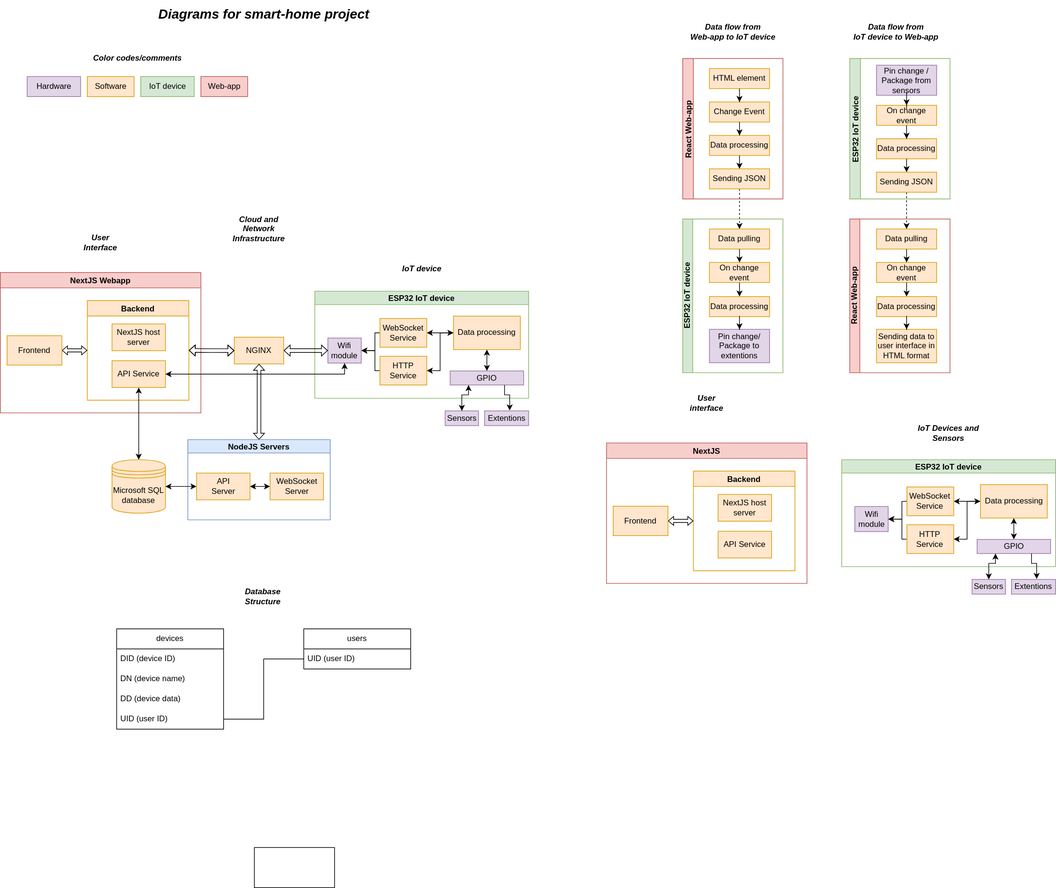
This is doc/DIAGRAMS.svg from martinvichnal/smart-home, a draw.io export, as it was before one commit. Source tidied: cells renumbered, new cells last; positions are measured from the earlier drawing's top-left corner, leaving out a move shared by most shapes.
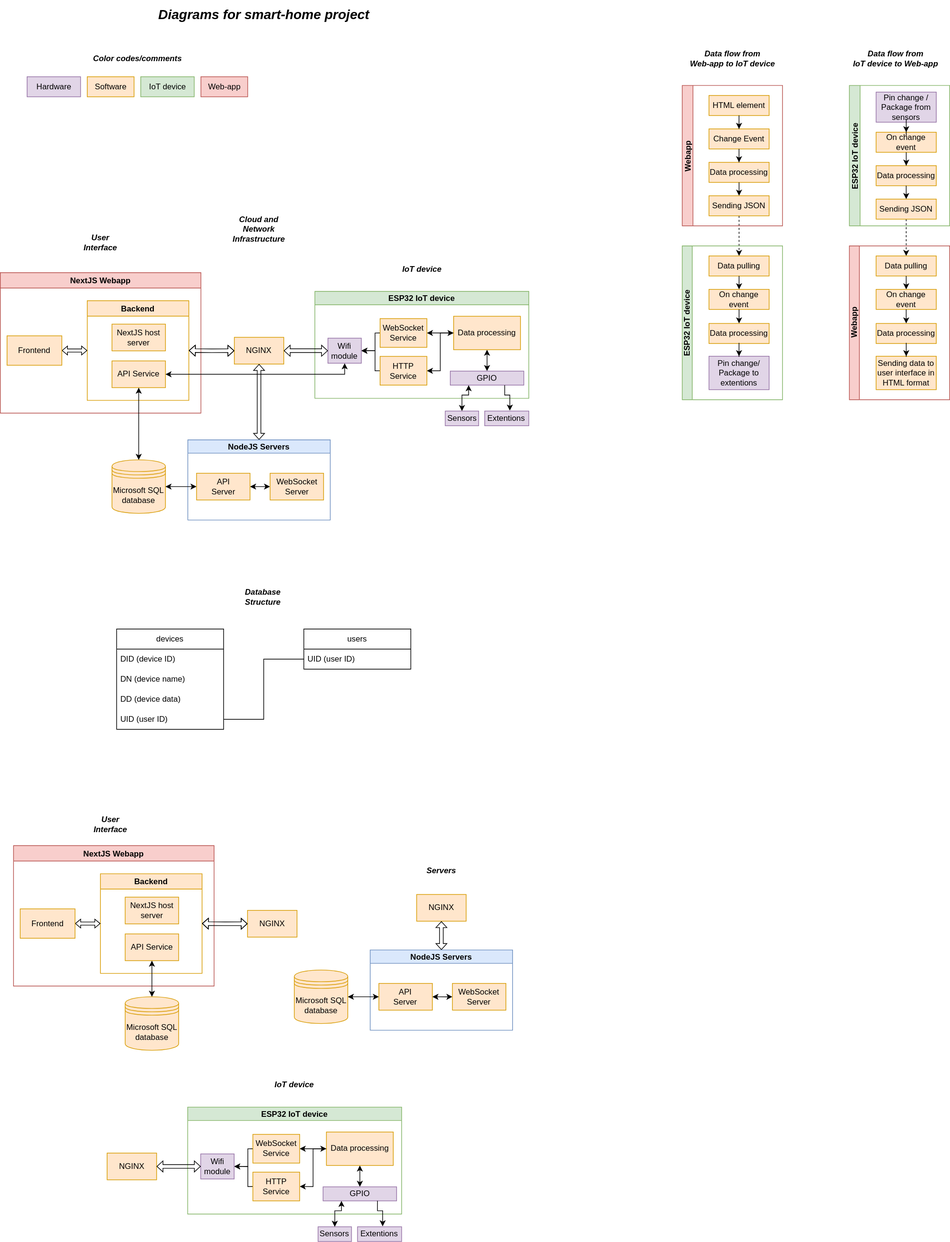
Above is the later version.

What changed in the source:
```diff
@@ -2,9 +2,6 @@
   <root>
     <mxCell id="0" />
     <mxCell id="1" parent="0" />
-    <mxCell id="2" value="&lt;b&gt;&lt;i&gt;User interface&lt;br&gt;&lt;/i&gt;&lt;/b&gt;" style="text;html=1;strokeColor=none;fillColor=none;align=center;verticalAlign=middle;whiteSpace=wrap;rounded=0;" parent="1" vertex="1">
-      <mxGeometry x="1017" y="587" width="80" height="30" as="geometry" />
-    </mxCell>
     <mxCell id="3" value="Hardware" style="text;html=1;align=center;verticalAlign=middle;strokeColor=#9673a6;fillColor=#e1d5e7;" parent="1" vertex="1">
       <mxGeometry x="40" y="114" width="80" height="30" as="geometry" />
     </mxCell>
@@ -29,20 +26,17 @@
     <mxCell id="10" value="&lt;i&gt;&lt;b&gt;Cloud and Network Infrastructure&lt;/b&gt;&lt;/i&gt;" style="text;html=1;strokeColor=none;fillColor=none;align=center;verticalAlign=middle;whiteSpace=wrap;rounded=0;" parent="1" vertex="1">
       <mxGeometry x="332" y="327" width="110" height="30" as="geometry" />
     </mxCell>
-    <mxCell id="11" value="&lt;b&gt;&lt;i&gt;IoT Devices and Sensors&lt;/i&gt;&lt;/b&gt;" style="text;html=1;strokeColor=none;fillColor=none;align=center;verticalAlign=middle;whiteSpace=wrap;rounded=0;" parent="1" vertex="1">
-      <mxGeometry x="1359" y="627" width="120" height="40" as="geometry" />
-    </mxCell>
     <mxCell id="12" style="edgeStyle=orthogonalEdgeStyle;rounded=0;jettySize=auto;html=1;exitX=0.5;exitY=1;exitDx=0;exitDy=0;entryX=0.5;entryY=0;entryDx=0;entryDy=0;dashed=1;" parent="1" edge="1" source="29" target="16">
       <mxGeometry relative="1" as="geometry" />
     </mxCell>
     <mxCell id="13" value="Data flow from &lt;br&gt;Web-app to IoT device" style="text;html=1;align=center;verticalAlign=middle;strokeColor=none;fillColor=none;fontStyle=3;" parent="1" vertex="1">
-      <mxGeometry x="1021" y="27" width="150" height="40" as="geometry" />
+      <mxGeometry x="1020" y="67" width="150" height="40" as="geometry" />
     </mxCell>
     <mxCell id="14" value="Data flow from &lt;br&gt;IoT device to Web-app" style="text;html=1;align=center;verticalAlign=middle;fontStyle=3;" parent="1" vertex="1">
-      <mxGeometry x="1265" y="27" width="150" height="40" as="geometry" />
+      <mxGeometry x="1264" y="67" width="150" height="40" as="geometry" />
     </mxCell>
     <mxCell id="15" value="ESP32 IoT device" style="swimlane;startSize=15;horizontal=1;containerType=tree;fillColor=#d5e8d4;strokeColor=#82b366;rounded=0;shadow=0;glass=0;swimlaneLine=1;fillStyle=auto;direction=east;flipH=1;flipV=0;whiteSpace=wrap;labelBorderColor=none;labelBackgroundColor=none;verticalAlign=middle;rotation=-90;" parent="1" vertex="1">
-      <mxGeometry x="981" y="367" width="230" height="150" as="geometry" />
+      <mxGeometry x="980" y="407" width="230" height="150" as="geometry" />
     </mxCell>
     <mxCell id="16" value="Data pulling" style="whiteSpace=wrap;html=1;fillColor=#ffe6cc;strokeColor=#d79b00;" parent="15" vertex="1">
       <mxGeometry x="80" y="-25" width="90" height="30" as="geometry" />
@@ -65,8 +59,8 @@
     <mxCell id="22" style="edgeStyle=orthogonalEdgeStyle;rounded=0;jettySize=auto;html=1;" parent="15" edge="1" source="19" target="21">
       <mxGeometry relative="1" as="geometry" />
     </mxCell>
-    <mxCell id="23" value="React Web-app" style="swimlane;fillColor=#f8cecc;strokeColor=#b85450;rotation=-90;startSize=16;" parent="1" vertex="1">
-      <mxGeometry x="991" y="117" width="210" height="150" as="geometry" />
+    <mxCell id="23" value="Webapp" style="swimlane;fillColor=#f8cecc;strokeColor=#b85450;rotation=-90;startSize=16;" parent="1" vertex="1">
+      <mxGeometry x="990" y="157" width="210" height="150" as="geometry" />
     </mxCell>
     <mxCell id="24" value="HTML element" style="whiteSpace=wrap;html=1;fillColor=#ffe6cc;strokeColor=#d79b00;" parent="23" vertex="1">
       <mxGeometry x="70" y="-15" width="90" height="30" as="geometry" />
@@ -92,8 +86,8 @@
     <mxCell id="31" style="edgeStyle=orthogonalEdgeStyle;rounded=0;jettySize=auto;html=1;exitX=0.5;exitY=1;exitDx=0;exitDy=0;entryX=0.5;entryY=0;entryDx=0;entryDy=0;dashed=1;" parent="1" edge="1" source="46" target="33">
       <mxGeometry relative="1" as="geometry" />
     </mxCell>
-    <mxCell id="32" value="React Web-app" style="swimlane;startSize=15;horizontal=1;containerType=tree;fillColor=#f8cecc;strokeColor=#b85450;rounded=0;shadow=0;glass=0;swimlaneLine=1;fillStyle=auto;direction=east;flipH=1;flipV=0;whiteSpace=wrap;labelBorderColor=none;labelBackgroundColor=none;verticalAlign=middle;rotation=-90;" parent="1" vertex="1">
-      <mxGeometry x="1231" y="367" width="230" height="150" as="geometry" />
+    <mxCell id="32" value="Webapp" style="swimlane;startSize=15;horizontal=1;containerType=tree;fillColor=#f8cecc;strokeColor=#b85450;rounded=0;shadow=0;glass=0;swimlaneLine=1;fillStyle=auto;direction=east;flipH=1;flipV=0;whiteSpace=wrap;labelBorderColor=none;labelBackgroundColor=none;verticalAlign=middle;rotation=-90;" parent="1" vertex="1">
+      <mxGeometry x="1230" y="407" width="230" height="150" as="geometry" />
     </mxCell>
     <mxCell id="33" value="Data pulling" style="whiteSpace=wrap;html=1;fillColor=#ffe6cc;strokeColor=#d79b00;" parent="32" vertex="1">
       <mxGeometry x="80" y="-25" width="90" height="30" as="geometry" />
@@ -117,7 +111,7 @@
       <mxGeometry relative="1" as="geometry" />
     </mxCell>
     <mxCell id="40" value="ESP32 IoT device" style="swimlane;fillColor=#d5e8d4;strokeColor=#82b366;rotation=-90;startSize=16;" parent="1" vertex="1">
-      <mxGeometry x="1241" y="117" width="210" height="150" as="geometry" />
+      <mxGeometry x="1240" y="157" width="210" height="150" as="geometry" />
     </mxCell>
     <mxCell id="41" value="Pin change / Package from sensors" style="whiteSpace=wrap;html=1;fillColor=#e1d5e7;strokeColor=#9673a6;" parent="40" vertex="1">
       <mxGeometry x="70" y="-20" width="90" height="45" as="geometry" />
@@ -298,8 +292,47 @@
     <mxCell id="90" value="&lt;b&gt;&lt;i&gt;Database Structure&lt;/i&gt;&lt;/b&gt;" style="text;html=1;strokeColor=none;fillColor=none;align=center;verticalAlign=middle;whiteSpace=wrap;rounded=0;" parent="1" vertex="1">
       <mxGeometry x="338" y="877" width="110" height="30" as="geometry" />
     </mxCell>
+    <mxCell id="113" value="&lt;i&gt;&lt;b&gt;User Interface&lt;br&gt;&lt;/b&gt;&lt;/i&gt;" style="text;html=1;strokeColor=none;fillColor=none;align=center;verticalAlign=middle;whiteSpace=wrap;rounded=0;" parent="1" vertex="1">
+      <mxGeometry x="124.8" y="1217" width="80" height="30" as="geometry" />
+    </mxCell>
+    <mxCell id="114" value="Microsoft SQL database" style="shape=datastore;whiteSpace=wrap;html=1;fillColor=#ffe6cc;strokeColor=#d79b00;" parent="1" vertex="1">
+      <mxGeometry x="186.8" y="1490" width="80" height="80" as="geometry" />
+    </mxCell>
+    <mxCell id="115" value="NGINX" style="whiteSpace=wrap;html=1;fillColor=#ffe6cc;strokeColor=#d79b00;" parent="1" vertex="1">
+      <mxGeometry x="369.8" y="1360.8" width="74" height="40" as="geometry" />
+    </mxCell>
+    <mxCell id="116" value="NextJS Webapp" style="swimlane;fillColor=#f8cecc;strokeColor=#b85450;" parent="1" vertex="1">
+      <mxGeometry x="19.8" y="1264" width="300" height="210" as="geometry" />
+    </mxCell>
+    <mxCell id="107" value="Backend" style="swimlane;fillColor=#ffe6cc;strokeColor=#d79b00;" parent="116" vertex="1">
+      <mxGeometry x="130" y="42" width="152" height="149" as="geometry" />
+    </mxCell>
+    <mxCell id="108" value="NextJS host server" style="whiteSpace=wrap;html=1;fillColor=#ffe6cc;strokeColor=#d79b00;" parent="107" vertex="1">
+      <mxGeometry x="37" y="35" width="80" height="40" as="geometry" />
+    </mxCell>
+    <mxCell id="109" value="API Service" style="whiteSpace=wrap;html=1;fillColor=#ffe6cc;strokeColor=#d79b00;" parent="107" vertex="1">
+      <mxGeometry x="37" y="90" width="80" height="40" as="geometry" />
+    </mxCell>
+    <mxCell id="110" style="edgeStyle=orthogonalEdgeStyle;rounded=0;jettySize=auto;html=1;exitX=1;exitY=0.5;exitDx=0;exitDy=0;entryX=0;entryY=0.5;entryDx=0;entryDy=0;startArrow=classic;startFill=1;shape=flexArrow;endWidth=7.540983606557377;endSize=2.3114754098360657;startWidth=7.540983606557377;startSize=2.3114754098360657;width=4.680851063829787;" parent="116" edge="1" source="111" target="107">
+      <mxGeometry relative="1" as="geometry" />
+    </mxCell>
+    <mxCell id="111" value="Frontend" style="whiteSpace=wrap;html=1;fillColor=#ffe6cc;strokeColor=#d79b00;" parent="116" vertex="1">
+      <mxGeometry x="10" y="94.5" width="82" height="44" as="geometry" />
+    </mxCell>
+    <mxCell id="117" style="edgeStyle=orthogonalEdgeStyle;rounded=0;jettySize=auto;html=1;exitX=0.5;exitY=1;exitDx=0;exitDy=0;entryX=0.5;entryY=0;entryDx=0;entryDy=0;startArrow=classic;startFill=1;" parent="1" edge="1" source="109" target="114">
+      <mxGeometry relative="1" as="geometry" />
+    </mxCell>
+    <mxCell id="118" style="edgeStyle=orthogonalEdgeStyle;rounded=0;jettySize=auto;html=1;entryX=1;entryY=0.5;entryDx=0;entryDy=0;startArrow=classic;startFill=1;shape=flexArrow;startWidth=9.908256880733944;startSize=2.6825688073394494;width=5.504587155963303;endSize=2.6825688073394494;endWidth=9.908256880733944;exitX=0;exitY=0.5;exitDx=0;exitDy=0;" parent="1" edge="1" source="115" target="107">
+      <mxGeometry relative="1" as="geometry" />
+    </mxCell>
+    <mxCell id="119" value="&lt;i&gt;&lt;b&gt;IoT device&lt;/b&gt;&lt;/i&gt;" style="text;html=1;strokeColor=none;fillColor=none;align=center;verticalAlign=middle;whiteSpace=wrap;rounded=0;" parent="1" vertex="1">
+      <mxGeometry x="380.2" y="1607" width="120" height="30" as="geometry" />
+    </mxCell>
+    <mxCell id="120" value="NGINX" style="whiteSpace=wrap;html=1;fillColor=#ffe6cc;strokeColor=#d79b00;" parent="1" vertex="1">
+      <mxGeometry x="159.8" y="1723.8" width="74" height="40" as="geometry" />
+    </mxCell>
     <mxCell id="91" value="ESP32 IoT device" style="swimlane;startSize=20;horizontal=1;containerType=tree;fillColor=#d5e8d4;strokeColor=#82b366;rounded=0;shadow=0;glass=0;swimlaneLine=1;fillStyle=auto;" parent="1" vertex="1">
-      <mxGeometry x="1259" y="687" width="320" height="160" as="geometry" />
+      <mxGeometry x="280.2" y="1655" width="320" height="160" as="geometry" />
     </mxCell>
     <mxCell id="92" style="edgeStyle=orthogonalEdgeStyle;rounded=0;jettySize=auto;html=1;entryX=1;entryY=0.5;entryDx=0;entryDy=0;" parent="91" edge="1" source="94" target="100">
       <mxGeometry relative="1" as="geometry" />
@@ -347,47 +380,56 @@
       <mxGeometry x="19.5" y="70" width="50" height="37.5" as="geometry" />
     </mxCell>
     <mxCell id="102" value="Extentions" style="rounded=0;whiteSpace=wrap;html=1;fillColor=#e1d5e7;strokeColor=#9673a6;" parent="1" vertex="1">
-      <mxGeometry x="1513" y="866" width="66" height="22" as="geometry" />
+      <mxGeometry x="534.2" y="1834" width="66" height="22" as="geometry" />
     </mxCell>
     <mxCell id="103" value="Sensors" style="rounded=0;whiteSpace=wrap;html=1;fillColor=#e1d5e7;strokeColor=#9673a6;" parent="1" vertex="1">
-      <mxGeometry x="1454" y="866" width="50" height="22" as="geometry" />
+      <mxGeometry x="475.2" y="1834" width="50" height="22" as="geometry" />
     </mxCell>
     <mxCell id="104" style="edgeStyle=orthogonalEdgeStyle;rounded=0;jettySize=auto;html=1;exitX=0.74;exitY=0.997;exitDx=0;exitDy=0;entryX=0.57;entryY=-0.029;entryDx=0;entryDy=0;entryPerimeter=0;exitPerimeter=0;" parent="1" edge="1" source="95" target="102">
       <mxGeometry relative="1" as="geometry">
         <Array as="points">
-          <mxPoint x="1543" y="842" />
-          <mxPoint x="1551" y="842" />
+          <mxPoint x="564.2" y="1810" />
+          <mxPoint x="572.2" y="1810" />
         </Array>
       </mxGeometry>
     </mxCell>
     <mxCell id="105" style="edgeStyle=orthogonalEdgeStyle;rounded=0;jettySize=auto;html=1;exitX=0.25;exitY=1;exitDx=0;exitDy=0;entryX=0.5;entryY=0;entryDx=0;entryDy=0;startArrow=classic;startFill=1;" parent="1" edge="1" source="95" target="103">
       <mxGeometry relative="1" as="geometry">
         <Array as="points">
-          <mxPoint x="1489" y="842" />
-          <mxPoint x="1479" y="842" />
+          <mxPoint x="510.2" y="1810" />
+          <mxPoint x="500.2" y="1810" />
         </Array>
       </mxGeometry>
     </mxCell>
-    <mxCell id="106" value="NextJS" style="swimlane;fillColor=#f8cecc;strokeColor=#b85450;" parent="1" vertex="1">
-      <mxGeometry x="907" y="662" width="300" height="210" as="geometry" />
-    </mxCell>
-    <mxCell id="107" value="Backend" style="swimlane;fillColor=#ffe6cc;strokeColor=#d79b00;" parent="106" vertex="1">
-      <mxGeometry x="130" y="42" width="152" height="149" as="geometry" />
-    </mxCell>
-    <mxCell id="108" value="NextJS host server" style="whiteSpace=wrap;html=1;fillColor=#ffe6cc;strokeColor=#d79b00;" parent="107" vertex="1">
-      <mxGeometry x="37" y="35" width="80" height="40" as="geometry" />
-    </mxCell>
-    <mxCell id="109" value="API Service" style="whiteSpace=wrap;html=1;fillColor=#ffe6cc;strokeColor=#d79b00;" parent="107" vertex="1">
-      <mxGeometry x="37" y="90" width="80" height="40" as="geometry" />
-    </mxCell>
-    <mxCell id="110" style="edgeStyle=orthogonalEdgeStyle;rounded=0;jettySize=auto;html=1;exitX=1;exitY=0.5;exitDx=0;exitDy=0;entryX=0;entryY=0.5;entryDx=0;entryDy=0;startArrow=classic;startFill=1;shape=flexArrow;endWidth=7.540983606557377;endSize=2.3114754098360657;startWidth=7.540983606557377;startSize=2.3114754098360657;width=4.680851063829787;" parent="106" edge="1" source="111" target="107">
-      <mxGeometry relative="1" as="geometry" />
-    </mxCell>
-    <mxCell id="111" value="Frontend" style="whiteSpace=wrap;html=1;fillColor=#ffe6cc;strokeColor=#d79b00;" parent="106" vertex="1">
-      <mxGeometry x="10" y="94.5" width="82" height="44" as="geometry" />
-    </mxCell>
-    <mxCell id="112" style="whiteSpace=wrap;html=1;" parent="1" vertex="1">
-      <mxGeometry x="380" y="1267" width="120" height="60" as="geometry" />
-    </mxCell>
+    <mxCell id="121" style="edgeStyle=orthogonalEdgeStyle;rounded=0;jettySize=auto;html=1;entryX=1;entryY=0.5;entryDx=0;entryDy=0;startArrow=classic;startFill=1;shape=flexArrow;startWidth=9.908256880733944;startSize=2.6825688073394494;width=5.504587155963303;endSize=2.6825688073394494;endWidth=9.908256880733944;exitX=0;exitY=0.5;exitDx=0;exitDy=0;" parent="1" edge="1" source="101" target="120">
+      <mxGeometry relative="1" as="geometry" />
+    </mxCell>
+    <mxCell id="122" value="Microsoft SQL database" style="shape=datastore;whiteSpace=wrap;html=1;fillColor=#ffe6cc;strokeColor=#d79b00;" parent="1" vertex="1">
+      <mxGeometry x="439.8" y="1450" width="80" height="80" as="geometry" />
+    </mxCell>
+    <mxCell id="123" value="NGINX" style="whiteSpace=wrap;html=1;fillColor=#ffe6cc;strokeColor=#d79b00;" parent="1" vertex="1">
+      <mxGeometry x="622.8" y="1337" width="74" height="40" as="geometry" />
+    </mxCell>
+    <mxCell id="124" style="edgeStyle=orthogonalEdgeStyle;rounded=0;jettySize=auto;html=1;entryX=0.5;entryY=1;entryDx=0;entryDy=0;startArrow=classic;startFill=1;shape=flexArrow;startWidth=9.908256880733944;startSize=2.6825688073394494;width=5.504587155963303;endSize=2.6825688073394494;endWidth=9.908256880733944;" parent="1" edge="1" source="125" target="123">
+      <mxGeometry relative="1" as="geometry" />
+    </mxCell>
+    <mxCell id="125" value="NodeJS Servers" style="swimlane;startSize=20;horizontal=1;containerType=tree;fillColor=#dae8fc;strokeColor=#6c8ebf;rounded=0;shadow=0;glass=0;swimlaneLine=1;fillStyle=auto;" parent="1" vertex="1">
+      <mxGeometry x="553.2" y="1420" width="213" height="120" as="geometry" />
+    </mxCell>
+    <mxCell id="126" style="edgeStyle=orthogonalEdgeStyle;rounded=0;jettySize=auto;html=1;entryX=1;entryY=0.5;entryDx=0;entryDy=0;startArrow=classic;startFill=1;" parent="125" edge="1" source="127" target="128">
+      <mxGeometry relative="1" as="geometry" />
+    </mxCell>
+    <mxCell id="127" value="WebSocket Server" style="whiteSpace=wrap;html=1;fillColor=#ffe6cc;strokeColor=#d79b00;" parent="125" vertex="1">
+      <mxGeometry x="123" y="50" width="80" height="40" as="geometry" />
+    </mxCell>
+    <mxCell id="128" value="API&lt;br&gt;Server" style="whiteSpace=wrap;html=1;fillColor=#ffe6cc;strokeColor=#d79b00;" parent="125" vertex="1">
+      <mxGeometry x="13" y="50" width="80" height="40" as="geometry" />
+    </mxCell>
+    <mxCell id="129" style="edgeStyle=orthogonalEdgeStyle;rounded=0;jettySize=auto;html=1;entryX=1;entryY=0.5;entryDx=0;entryDy=0;startArrow=classic;startFill=1;" parent="1" edge="1" source="128" target="122">
+      <mxGeometry relative="1" as="geometry" />
+    </mxCell>
+    <mxCell id="130" value="&lt;i&gt;&lt;b&gt;Servers&lt;/b&gt;&lt;/i&gt;" style="text;html=1;strokeColor=none;fillColor=none;align=center;verticalAlign=middle;whiteSpace=wrap;rounded=0;" parent="1" vertex="1">
+      <mxGeometry x="599.8" y="1287" width="120" height="30" as="geometry" />
+    </mxCell>
   </root>
 </mxGraphModel>
```
